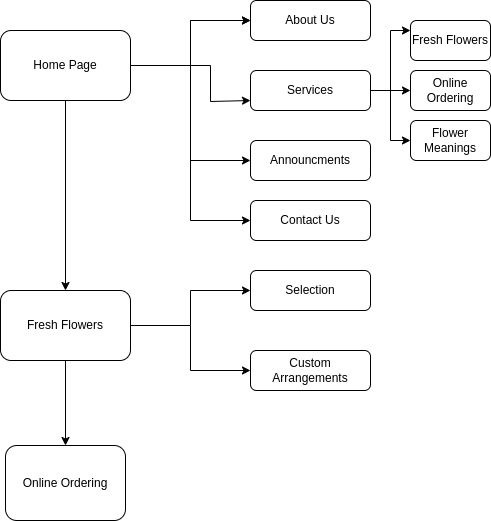
The draw.io diagram plan_flowa_chart.png in Dev-Pasaka/Study-Buddies, before a commit. Source tidied: cells renumbered, new cells last; positions are measured from the earlier drawing's top-left corner, leaving out a move shared by most shapes.
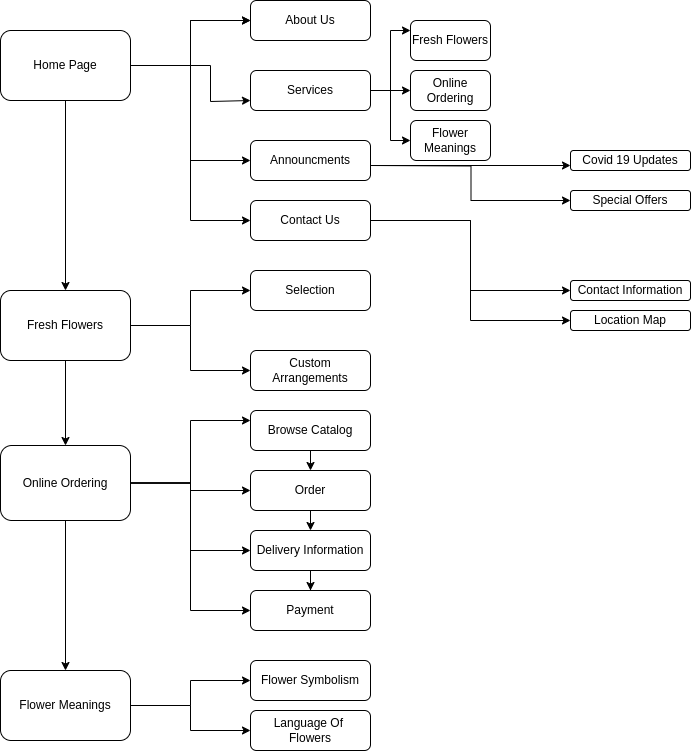
After the commit.

What changed in the source:
```diff
@@ -53,9 +53,26 @@
     <mxCell id="16" value="Flower Meanings" style="rounded=1;whiteSpace=wrap;html=1;" parent="1" vertex="1">
       <mxGeometry x="410" y="120" width="80" height="40" as="geometry" />
     </mxCell>
+    <mxCell id="26" style="edgeStyle=orthogonalEdgeStyle;rounded=0;jettySize=auto;html=1;entryX=0;entryY=0.5;entryDx=0;entryDy=0;" parent="1" edge="1" target="48">
+      <mxGeometry relative="1" as="geometry">
+        <mxPoint x="370" y="165" as="sourcePoint" />
+      </mxGeometry>
+    </mxCell>
+    <mxCell id="27" style="edgeStyle=orthogonalEdgeStyle;rounded=0;orthogonalLoop=1;jettySize=auto;html=1;entryX=0;entryY=0.5;entryDx=0;entryDy=0;" parent="1" edge="1">
+      <mxGeometry relative="1" as="geometry">
+        <mxPoint x="370" y="165" as="sourcePoint" />
+        <mxPoint x="570" y="165" as="targetPoint" />
+      </mxGeometry>
+    </mxCell>
     <mxCell id="17" value="Announcments" style="rounded=1;whiteSpace=wrap;html=1;" parent="1" vertex="1">
       <mxGeometry x="250" y="140" width="120" height="40" as="geometry" />
     </mxCell>
+    <mxCell id="28" style="edgeStyle=orthogonalEdgeStyle;rounded=0;jettySize=auto;html=1;entryX=0;entryY=0.5;entryDx=0;entryDy=0;" parent="1" edge="1" source="18" target="49">
+      <mxGeometry relative="1" as="geometry" />
+    </mxCell>
+    <mxCell id="29" style="edgeStyle=orthogonalEdgeStyle;rounded=0;jettySize=auto;html=1;entryX=0;entryY=0.5;entryDx=0;entryDy=0;" parent="1" edge="1" source="18" target="50">
+      <mxGeometry relative="1" as="geometry" />
+    </mxCell>
     <mxCell id="18" value="Contact Us" style="rounded=1;whiteSpace=wrap;html=1;" parent="1" vertex="1">
       <mxGeometry x="250" y="200" width="120" height="40" as="geometry" />
     </mxCell>
@@ -77,8 +94,74 @@
     <mxCell id="24" value="Custom Arrangements" style="rounded=1;whiteSpace=wrap;html=1;" parent="1" vertex="1">
       <mxGeometry x="250" y="350" width="120" height="40" as="geometry" />
     </mxCell>
+    <mxCell id="30" style="edgeStyle=orthogonalEdgeStyle;rounded=0;jettySize=auto;html=1;entryX=0;entryY=0.25;entryDx=0;entryDy=0;" parent="1" edge="1" source="25" target="35">
+      <mxGeometry relative="1" as="geometry" />
+    </mxCell>
+    <mxCell id="31" style="edgeStyle=orthogonalEdgeStyle;rounded=0;jettySize=auto;html=1;" parent="1" edge="1" source="25" target="36">
+      <mxGeometry relative="1" as="geometry" />
+    </mxCell>
+    <mxCell id="32" style="edgeStyle=orthogonalEdgeStyle;rounded=0;jettySize=auto;html=1;entryX=0;entryY=0.5;entryDx=0;entryDy=0;" parent="1" edge="1" source="25" target="38">
+      <mxGeometry relative="1" as="geometry" />
+    </mxCell>
+    <mxCell id="33" style="edgeStyle=orthogonalEdgeStyle;rounded=0;jettySize=auto;html=1;entryX=0;entryY=0.5;entryDx=0;entryDy=0;" parent="1" edge="1" source="25" target="39">
+      <mxGeometry relative="1" as="geometry" />
+    </mxCell>
+    <mxCell id="34" style="edgeStyle=orthogonalEdgeStyle;rounded=0;jettySize=auto;html=1;" parent="1" edge="1" source="25" target="44">
+      <mxGeometry relative="1" as="geometry" />
+    </mxCell>
     <mxCell id="25" value="Online Ordering" style="whiteSpace=wrap;html=1;rounded=1;" parent="1" vertex="1">
-      <mxGeometry x="5" y="445" width="120" height="75" as="geometry" />
+      <mxGeometry y="445" width="130" height="75" as="geometry" />
     </mxCell>
+    <mxCell id="35" value="Browse Catalog" style="rounded=1;whiteSpace=wrap;html=1;" parent="1" vertex="1">
+      <mxGeometry x="250" y="410" width="120" height="40" as="geometry" />
+    </mxCell>
+    <mxCell id="36" value="Order" style="rounded=1;whiteSpace=wrap;html=1;" parent="1" vertex="1">
+      <mxGeometry x="250" y="470" width="120" height="40" as="geometry" />
+    </mxCell>
+    <mxCell id="37" style="edgeStyle=orthogonalEdgeStyle;rounded=0;jettySize=auto;html=1;" parent="1" edge="1" source="38" target="39">
+      <mxGeometry relative="1" as="geometry" />
+    </mxCell>
+    <mxCell id="38" value="Delivery Information" style="rounded=1;whiteSpace=wrap;html=1;" parent="1" vertex="1">
+      <mxGeometry x="250" y="530" width="120" height="40" as="geometry" />
+    </mxCell>
+    <mxCell id="39" value="Payment" style="rounded=1;whiteSpace=wrap;html=1;" parent="1" vertex="1">
+      <mxGeometry x="250" y="590" width="120" height="40" as="geometry" />
+    </mxCell>
+    <mxCell id="40" style="endArrow=classic;html=1;rounded=0;exitX=0.5;exitY=1;exitDx=0;exitDy=0;entryX=0.5;entryY=0;entryDx=0;entryDy=0;" parent="1" edge="1" source="35" target="36">
+      <mxGeometry relative="1" as="geometry" />
+    </mxCell>
+    <mxCell id="41" style="endArrow=classic;html=1;rounded=0;exitX=0.5;exitY=1;exitDx=0;exitDy=0;" parent="1" edge="1" source="36" target="38">
+      <mxGeometry relative="1" as="geometry" />
+    </mxCell>
+    <mxCell id="42" style="edgeStyle=orthogonalEdgeStyle;rounded=0;jettySize=auto;html=1;" parent="1" edge="1" source="44" target="45">
+      <mxGeometry relative="1" as="geometry" />
+    </mxCell>
+    <mxCell id="43" style="edgeStyle=orthogonalEdgeStyle;rounded=0;jettySize=auto;html=1;" parent="1" edge="1" source="44" target="46">
+      <mxGeometry relative="1" as="geometry" />
+    </mxCell>
+    <mxCell id="44" value="Flower Meanings" style="whiteSpace=wrap;html=1;rounded=1;" parent="1" vertex="1">
+      <mxGeometry y="670" width="130" height="70" as="geometry" />
+    </mxCell>
+    <mxCell id="45" value="Flower Symbolism" style="whiteSpace=wrap;html=1;rounded=1;" parent="1" vertex="1">
+      <mxGeometry x="250" y="660" width="120" height="40" as="geometry" />
+    </mxCell>
+    <mxCell id="46" value="Language Of&amp;nbsp; Flowers" style="whiteSpace=wrap;html=1;rounded=1;" parent="1" vertex="1">
+      <mxGeometry x="250" y="710" width="120" height="40" as="geometry" />
+    </mxCell>
+    <mxCell id="47" value="Covid 19 Updates" style="rounded=1;whiteSpace=wrap;html=1;" parent="1" vertex="1">
+      <mxGeometry x="570" y="150" width="120" height="20" as="geometry" />
+    </mxCell>
+    <mxCell id="48" value="Special Offers" style="rounded=1;whiteSpace=wrap;html=1;" parent="1" vertex="1">
+      <mxGeometry x="570" y="190" width="120" height="20" as="geometry" />
+    </mxCell>
+    <mxCell id="49" value="Contact Information" style="rounded=1;whiteSpace=wrap;html=1;" parent="1" vertex="1">
+      <mxGeometry x="570" y="280" width="120" height="20" as="geometry" />
+    </mxCell>
+    <mxCell id="50" value="Location Map" style="rounded=1;whiteSpace=wrap;html=1;" parent="1" vertex="1">
+      <mxGeometry x="570" y="310" width="120" height="20" as="geometry" />
+    </mxCell>
+    <mxCell id="51" style="edgeStyle=orthogonalEdgeStyle;rounded=0;orthogonalLoop=1;jettySize=auto;html=1;exitX=0.5;exitY=1;exitDx=0;exitDy=0;" parent="1" edge="1" source="50" target="50">
+      <mxGeometry relative="1" as="geometry" />
+    </mxCell>
   </root>
 </mxGraphModel>
```
